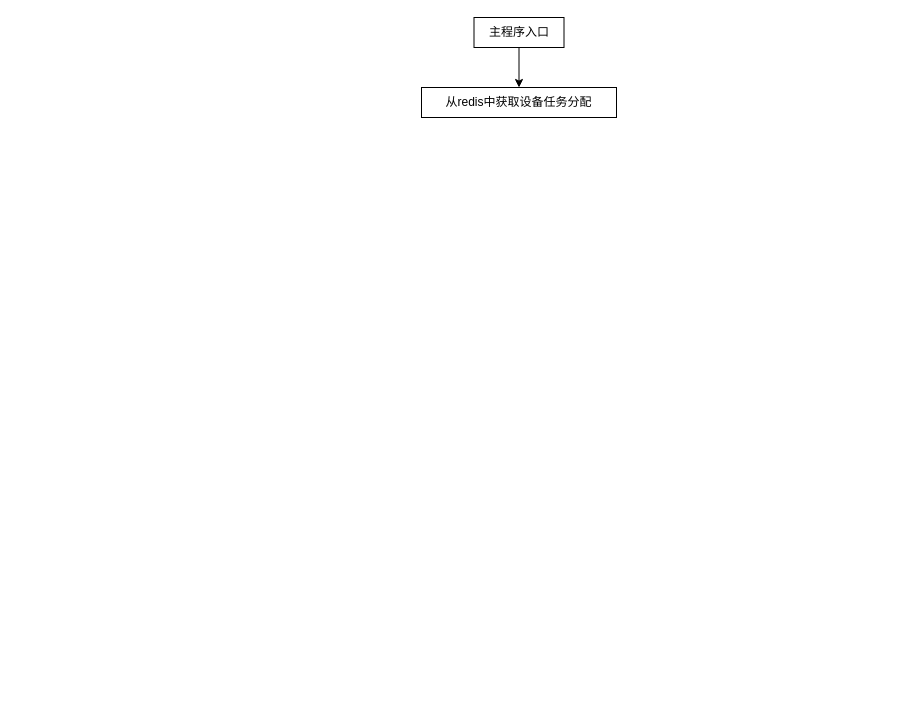
luser233/test01-2025-07-13 keeps this draw.io diagram as 安卓板块大概价格.drawio. Above is the earlier version. Source tidied: cells renumbered, new cells numbered last; positions are measured from the earlier drawing's top-left corner, leaving out a move shared by most shapes. Both pictures are drawn from the tidied source at 100%, with x=0, y=0 at pixel (421, 17).
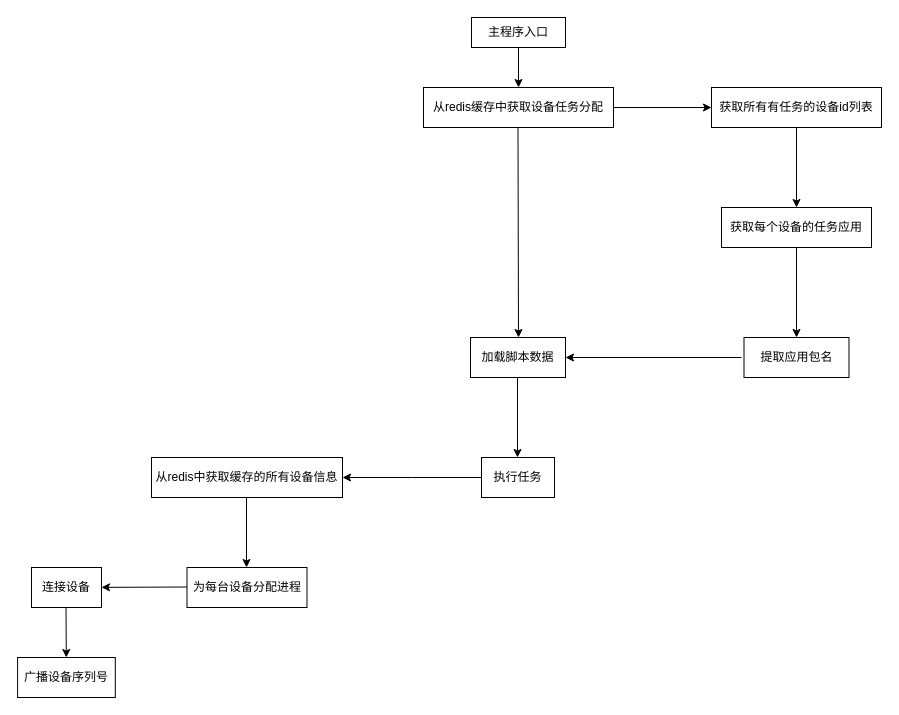
The same diagram, later.

Commit message:
更新安卓板块大概价格.drawio

Change to the diagram source:
```diff
@@
     <mxCell id="2" value="主程序入口" style="rounded=0;whiteSpace=wrap;html=1;" parent="1" vertex="1">
-      <mxGeometry x="52.5" width="90" height="30" as="geometry" />
+      <mxGeometry x="50" width="94" height="30" as="geometry" />
     </mxCell>
@@
-    <mxCell id="4" value="从redis中获取设备任务分配" style="rounded=0;whiteSpace=wrap;html=1;" parent="1" vertex="1">
-      <mxGeometry y="70" width="195" height="30" as="geometry" />
+    <mxCell id="4" value="从redis缓存中获取设备任务分配" style="rounded=0;whiteSpace=wrap;html=1;" parent="1" vertex="1">
+      <mxGeometry x="2" y="70" width="190" height="40" as="geometry" />
     </mxCell>
+    <mxCell id="5" style="endArrow=classic;html=1;rounded=0;entryX=0;entryY=0.5;entryDx=0;entryDy=0;" parent="1" edge="1" target="7">
+      <mxGeometry relative="1" as="geometry">
+        <mxPoint x="192" y="90" as="sourcePoint" />
+      </mxGeometry>
+    </mxCell>
+    <mxCell id="6" style="edgeStyle=orthogonalEdgeStyle;rounded=0;jettySize=auto;html=1;exitX=0.5;exitY=1;exitDx=0;exitDy=0;entryX=0.5;entryY=0;entryDx=0;entryDy=0;" parent="1" edge="1" source="7" target="8">
+      <mxGeometry relative="1" as="geometry" />
+    </mxCell>
+    <mxCell id="7" value="获取所有有任务的设备id列表" style="rounded=0;whiteSpace=wrap;html=1;" parent="1" vertex="1">
+      <mxGeometry x="290" y="70" width="170" height="40" as="geometry" />
+    </mxCell>
+    <mxCell id="8" value="获取每个设备的任务应用" style="rounded=0;whiteSpace=wrap;html=1;" parent="1" vertex="1">
+      <mxGeometry x="300" y="190" width="150" height="40" as="geometry" />
+    </mxCell>
+    <mxCell id="9" style="endArrow=classic;html=1;rounded=0;exitX=0.5;exitY=1;exitDx=0;exitDy=0;" parent="1" edge="1" source="8" target="10">
+      <mxGeometry relative="1" as="geometry" />
+    </mxCell>
+    <mxCell id="10" value="提取应用包名" style="rounded=0;whiteSpace=wrap;html=1;" parent="1" vertex="1">
+      <mxGeometry x="322.5" y="320" width="105" height="40" as="geometry" />
+    </mxCell>
+    <mxCell id="11" style="endArrow=classic;html=1;rounded=0;" parent="1" edge="1" target="12">
+      <mxGeometry relative="1" as="geometry">
+        <mxPoint x="320" y="340" as="sourcePoint" />
+      </mxGeometry>
+    </mxCell>
+    <mxCell id="12" value="加载脚本数据" style="rounded=0;whiteSpace=wrap;html=1;" parent="1" vertex="1">
+      <mxGeometry x="49" y="320" width="95" height="40" as="geometry" />
+    </mxCell>
+    <mxCell id="13" style="endArrow=classic;html=1;rounded=0;" parent="1" edge="1">
+      <mxGeometry relative="1" as="geometry">
+        <mxPoint x="96.5" y="110" as="sourcePoint" />
+        <mxPoint x="97" y="320" as="targetPoint" />
+      </mxGeometry>
+    </mxCell>
+    <mxCell id="14" style="endArrow=classic;html=1;rounded=0;" parent="1" edge="1">
+      <mxGeometry relative="1" as="geometry">
+        <mxPoint x="96" y="360" as="sourcePoint" />
+        <mxPoint x="96" y="440" as="targetPoint" />
+      </mxGeometry>
+    </mxCell>
+    <mxCell id="15" value="执行任务" style="rounded=0;whiteSpace=wrap;html=1;" parent="1" vertex="1">
+      <mxGeometry x="60" y="440" width="73" height="40" as="geometry" />
+    </mxCell>
+    <mxCell id="16" value="从redis中获取缓存的所有设备信息" style="rounded=0;whiteSpace=wrap;html=1;" parent="1" vertex="1">
+      <mxGeometry x="-270" y="440" width="191" height="40" as="geometry" />
+    </mxCell>
+    <mxCell id="17" style="endArrow=classic;html=1;rounded=0;entryX=1;entryY=0.5;entryDx=0;entryDy=0;exitX=0;exitY=0.5;exitDx=0;exitDy=0;" parent="1" edge="1" source="15" target="16">
+      <mxGeometry relative="1" as="geometry">
+        <Array as="points">
+          <mxPoint x="-10" y="460" />
+        </Array>
+      </mxGeometry>
+    </mxCell>
+    <mxCell id="18" style="endArrow=classic;html=1;rounded=0;" parent="1" edge="1">
+      <mxGeometry relative="1" as="geometry">
+        <mxPoint x="-175" y="480" as="sourcePoint" />
+        <mxPoint x="-175" y="550" as="targetPoint" />
+      </mxGeometry>
+    </mxCell>
+    <mxCell id="19" value="为每台设备分配进程" style="rounded=0;whiteSpace=wrap;html=1;" parent="1" vertex="1">
+      <mxGeometry x="-234.5" y="550" width="120" height="40" as="geometry" />
+    </mxCell>
+    <mxCell id="20" style="endArrow=classic;html=1;rounded=0;" parent="1" edge="1" target="21">
+      <mxGeometry relative="1" as="geometry">
+        <mxPoint x="-234.5" y="569.5" as="sourcePoint" />
+      </mxGeometry>
+    </mxCell>
+    <mxCell id="21" value="连接设备" style="rounded=0;whiteSpace=wrap;html=1;" parent="1" vertex="1">
+      <mxGeometry x="-390" y="550" width="70" height="40" as="geometry" />
+    </mxCell>
+    <mxCell id="22" style="endArrow=classic;html=1;rounded=0;" parent="1" edge="1" target="23">
+      <mxGeometry relative="1" as="geometry">
+        <mxPoint x="-355.5" y="590" as="sourcePoint" />
+      </mxGeometry>
+    </mxCell>
+    <mxCell id="23" value="广播设备序列号" style="rounded=0;whiteSpace=wrap;html=1;" parent="1" vertex="1">
+      <mxGeometry x="-403.9" y="640" width="97.7" height="40" as="geometry" />
+    </mxCell>
```
